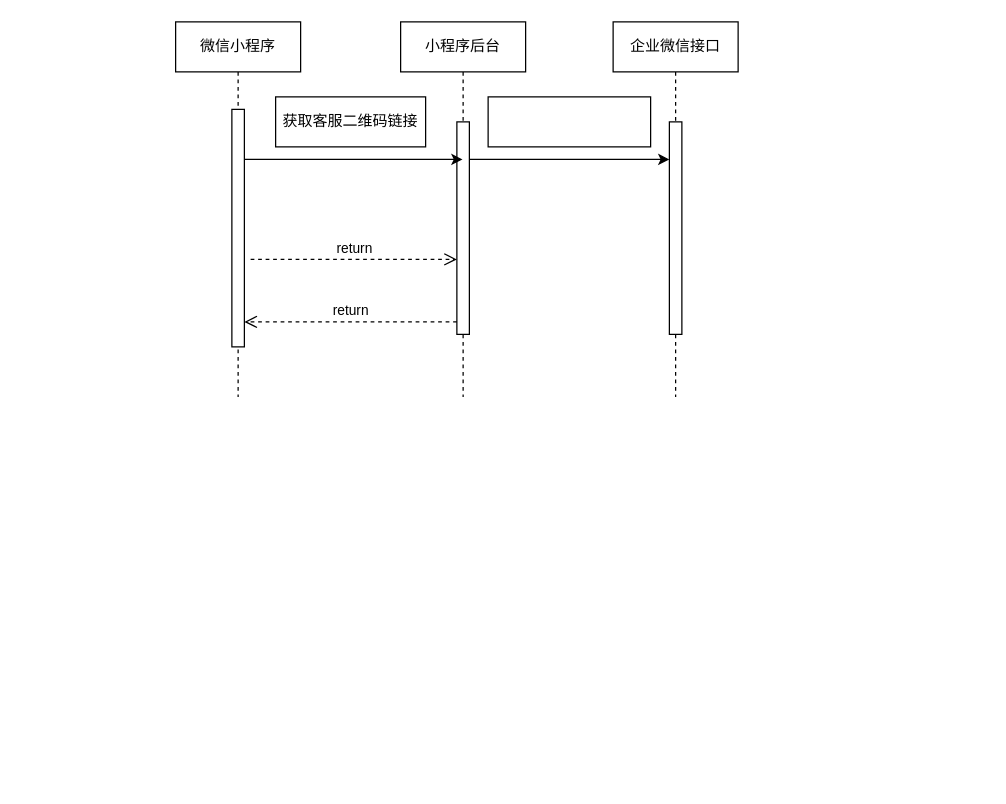
Above: 未命名绘图.drawio in wangxh08121314/diagrams (draw.io), before the change. Source tidied: cells renumbered, new cells numbered last; positions are measured from the earlier drawing's top-left corner, leaving out a move shared by most shapes. Both pictures are drawn from the tidied source at 125%, with x=0, y=0 at pixel (175, 21).
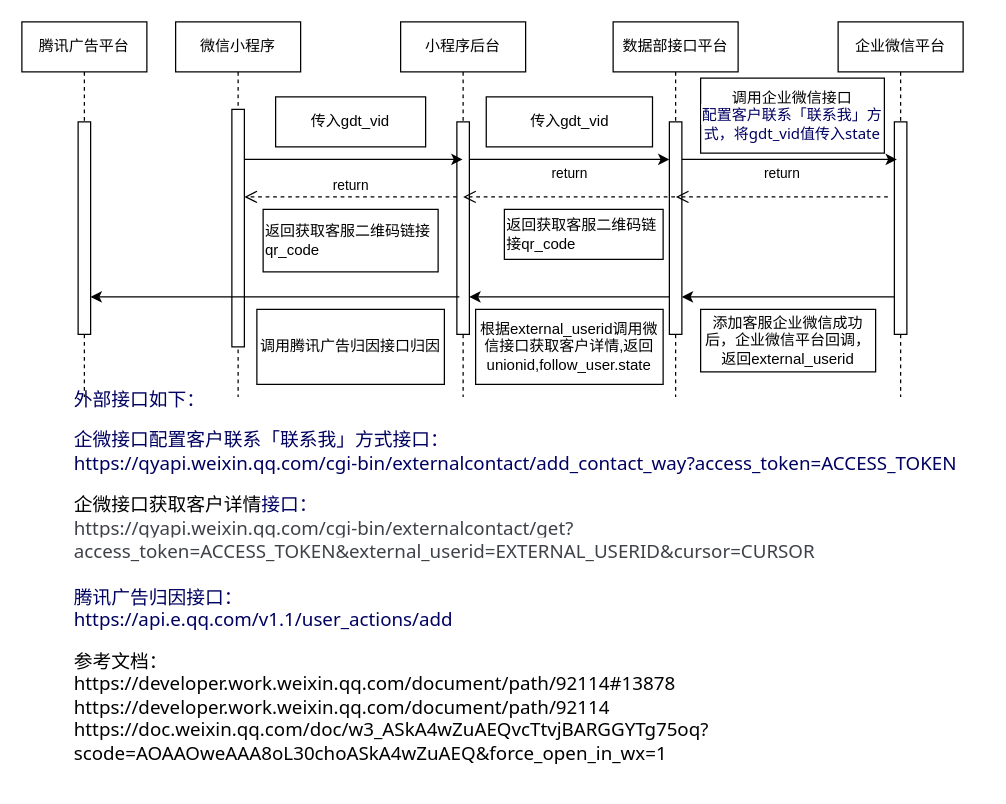
After the change.

The change refers to these unchanged cells:
```xml
<mxCell id="3" style="html=1;points=[];perimeter=orthogonalPerimeter;outlineConnect=0;targetShapes=umlLifeline;portConstraint=eastwest;newEdgeStyle={&quot;edgeStyle&quot;:&quot;elbowEdgeStyle&quot;,&quot;elbow&quot;:&quot;vertical&quot;,&quot;curved&quot;:0,&quot;rounded&quot;:0};" parent="2" vertex="1">
  <mxGeometry x="45" y="70" width="10" height="190" as="geometry" />
</mxCell>
<mxCell id="5" style="html=1;points=[];perimeter=orthogonalPerimeter;outlineConnect=0;targetShapes=umlLifeline;portConstraint=eastwest;newEdgeStyle={&quot;edgeStyle&quot;:&quot;elbowEdgeStyle&quot;,&quot;elbow&quot;:&quot;vertical&quot;,&quot;curved&quot;:0,&quot;rounded&quot;:0};" parent="4" vertex="1">
  <mxGeometry x="45" y="80" width="10" height="170" as="geometry" />
</mxCell>
<mxCell id="9" style="html=1;points=[];perimeter=orthogonalPerimeter;outlineConnect=0;targetShapes=umlLifeline;portConstraint=eastwest;newEdgeStyle={&quot;edgeStyle&quot;:&quot;elbowEdgeStyle&quot;,&quot;elbow&quot;:&quot;vertical&quot;,&quot;curved&quot;:0,&quot;rounded&quot;:0};" parent="8" vertex="1">
  <mxGeometry x="45" y="80" width="10" height="170" as="geometry" />
</mxCell>
```

The edit, as a diff of the source:
```diff
@@
     <mxCell id="6" value="return" style="html=1;verticalAlign=bottom;endArrow=open;dashed=1;endSize=8;edgeStyle=elbowEdgeStyle;elbow=vertical;curved=0;rounded=0;" parent="1" edge="1" source="5" target="3">
       <mxGeometry relative="1" as="geometry">
         <Array as="points">
-          <mxPoint x="150" y="240" />
+          <mxPoint x="160" y="140" />
         </Array>
       </mxGeometry>
     </mxCell>
-    <mxCell id="7" value="return" style="html=1;verticalAlign=bottom;endArrow=open;dashed=1;endSize=8;edgeStyle=elbowEdgeStyle;elbow=vertical;curved=0;rounded=0;" parent="1" edge="1" target="5">
-      <mxGeometry relative="1" as="geometry">
-        <mxPoint x="60" y="190" as="sourcePoint" />
-        <Array as="points">
-          <mxPoint x="140" y="190" />
-        </Array>
-      </mxGeometry>
-    </mxCell>
-    <mxCell id="8" value="企业微信接口" style="shape=umlLifeline;perimeter=lifelinePerimeter;whiteSpace=wrap;html=1;outlineConnect=0;portConstraint=eastwest;newEdgeStyle={&quot;edgeStyle&quot;:&quot;elbowEdgeStyle&quot;,&quot;elbow&quot;:&quot;vertical&quot;,&quot;curved&quot;:0,&quot;rounded&quot;:0};" parent="1" vertex="1">
+    <mxCell id="8" value="数据部接口平台" style="shape=umlLifeline;perimeter=lifelinePerimeter;whiteSpace=wrap;html=1;outlineConnect=0;portConstraint=eastwest;newEdgeStyle={&quot;edgeStyle&quot;:&quot;elbowEdgeStyle&quot;,&quot;elbow&quot;:&quot;vertical&quot;,&quot;curved&quot;:0,&quot;rounded&quot;:0};" parent="1" vertex="1">
       <mxGeometry x="350" width="100" height="300" as="geometry" />
     </mxCell>
@@
-    <mxCell id="10" value="获取客服二维码链接" style="rounded=0;whiteSpace=wrap;html=1;" parent="1" vertex="1">
+    <mxCell id="10" value="传入gdt_vid" style="rounded=0;whiteSpace=wrap;html=1;" parent="1" vertex="1">
       <mxGeometry x="80" y="60" width="120" height="40" as="geometry" />
     </mxCell>
@@
-    <mxCell id="13" style="rounded=0;whiteSpace=wrap;html=1;" parent="1" vertex="1">
-      <mxGeometry x="250" y="60" width="130" height="40" as="geometry" />
+    <mxCell id="13" value="传入gdt_vid" style="rounded=0;whiteSpace=wrap;html=1;" parent="1" vertex="1">
+      <mxGeometry x="248.5" y="60" width="133" height="40" as="geometry" />
     </mxCell>
+    <mxCell id="14" value="&lt;span style=&quot;background-color: rgb(255, 255, 255);&quot;&gt;&lt;font face=&quot;system-ui, -apple-system, Segoe UI, Roboto, Ubuntu, Cantarell, Noto Sans, sans-serif, BlinkMacSystemFont, Helvetica, PingFang SC, SCHeiti, Microsoft YaHei, sans-serif, Apple Color Emoji, Segoe UI Emoji, Segoe UI Symbol, Noto Color Emoji&quot;&gt;&lt;font color=&quot;rgba(14, 19, 26, 0.8)&quot;&gt;&lt;span style=&quot;font-size: 15px;&quot;&gt;外部接口如下：&lt;/span&gt;&lt;/font&gt;&lt;br&gt;&lt;br&gt;&lt;font color=&quot;rgba(14, 19, 26, 0.8)&quot;&gt;&lt;span style=&quot;font-size: 15px;&quot;&gt;企微接口&lt;/span&gt;&lt;/font&gt;&lt;font color=&quot;#000060&quot;&gt;&lt;span style=&quot;font-size: 15px;&quot;&gt;配置客户联系「联系我」方式&lt;/span&gt;&lt;/font&gt;&lt;font color=&quot;rgba(14, 19, 26, 0.8)&quot;&gt;&lt;span style=&quot;font-size: 15px;&quot;&gt;接口：&lt;/span&gt;&lt;/font&gt;&lt;br&gt;&lt;font color=&quot;#000060&quot;&gt;&lt;span style=&quot;font-size: 15px;&quot;&gt;https://qyapi.weixin.qq.com/cgi-bin/externalcontact/add_contact_way?access_token=ACCESS_TOKEN&lt;/span&gt;&lt;/font&gt;&lt;br&gt;&lt;br&gt;&lt;/font&gt;&lt;/span&gt;&lt;span style=&quot;font-size: 15px; text-align: center;&quot;&gt;企微接口获取客户详情&lt;/span&gt;&lt;span style=&quot;font-size: 15px; background-color: rgb(255, 255, 255);&quot;&gt;&lt;font face=&quot;system-ui, -apple-system, Segoe UI, Roboto, Ubuntu, Cantarell, Noto Sans, sans-serif, BlinkMacSystemFont, Helvetica, PingFang SC, SCHeiti, Microsoft YaHei, sans-serif, Apple Color Emoji, Segoe UI Emoji, Segoe UI Symbol, Noto Color Emoji&quot; color=&quot;rgba(14, 19, 26, 0.8)&quot;&gt;接口：&lt;br&gt;&lt;/font&gt;&lt;/span&gt;&lt;span style=&quot;font-size: 15px; color: rgba(14, 19, 26, 0.8); font-family: system-ui, -apple-system, &amp;quot;Segoe UI&amp;quot;, Roboto, Ubuntu, Cantarell, &amp;quot;Noto Sans&amp;quot;, sans-serif, BlinkMacSystemFont, Helvetica, &amp;quot;PingFang SC&amp;quot;, SCHeiti, &amp;quot;Microsoft YaHei&amp;quot;, sans-serif, &amp;quot;Apple Color Emoji&amp;quot;, &amp;quot;Segoe UI Emoji&amp;quot;, &amp;quot;Segoe UI Symbol&amp;quot;, &amp;quot;Noto Color Emoji&amp;quot;; background-color: rgb(255, 255, 255);&quot;&gt;https://qyapi.weixin.qq.com/cgi-bin/externalcontact/get?access_token=ACCESS_TOKEN&amp;amp;external_userid=EXTERNAL_USERID&amp;amp;cursor=CURSOR&lt;br&gt;&lt;br&gt;&lt;/span&gt;&lt;span style=&quot;background-color: rgb(255, 255, 255);&quot;&gt;&lt;font style=&quot;&quot; face=&quot;system-ui, -apple-system, Segoe UI, Roboto, Ubuntu, Cantarell, Noto Sans, sans-serif, BlinkMacSystemFont, Helvetica, PingFang SC, SCHeiti, Microsoft YaHei, sans-serif, Apple Color Emoji, Segoe UI Emoji, Segoe UI Symbol, Noto Color Emoji&quot;&gt;&lt;font style=&quot;font-size: 15px;&quot; color=&quot;rgba(14, 19, 26, 0.8)&quot;&gt;&lt;span style=&quot;font-size: 15px;&quot;&gt;腾讯广告归因接口：&lt;/span&gt;&lt;/font&gt;&lt;br&gt;&lt;font style=&quot;font-size: 15px;&quot; color=&quot;#000060&quot;&gt;&lt;span style=&quot;font-size: 15px;&quot;&gt;https://api.e.qq.com/v1.1/user_actions/add&lt;br&gt;&lt;/span&gt;&lt;/font&gt;&lt;br&gt;&lt;span style=&quot;font-size: 15px;&quot;&gt;参考文档：&lt;/span&gt;&lt;br&gt;&lt;span style=&quot;font-size: 15px;&quot;&gt;https://developer.work.weixin.qq.com/document/path/92114#13878&lt;/span&gt;&lt;br&gt;&lt;span style=&quot;font-size: 15px;&quot;&gt;https://developer.work.weixin.qq.com/document/path/92114&lt;/span&gt;&lt;br&gt;&lt;span style=&quot;font-size: 15px;&quot;&gt;https://doc.weixin.qq.com/doc/w3_ASkA4wZuAEQvcTtvjBARGGYTg75oq?scode=AOAAOweAAA8oL30choASkA4wZuAEQ&amp;amp;force_open_in_wx=1&lt;/span&gt;&lt;br&gt;&lt;br&gt;&lt;/font&gt;&lt;/span&gt;" style="rounded=0;whiteSpace=wrap;html=1;align=left;labelBorderColor=none;strokeColor=none;" parent="1" vertex="1">
+      <mxGeometry x="-83" y="310" width="730" height="280" as="geometry" />
+    </mxCell>
+    <mxCell id="15" value="return" style="html=1;verticalAlign=bottom;endArrow=open;dashed=1;endSize=8;edgeStyle=elbowEdgeStyle;elbow=vertical;curved=0;rounded=0;" parent="1" edge="1" source="8">
+      <mxGeometry y="-10" relative="1" as="geometry">
+        <mxPoint x="230" y="140" as="targetPoint" />
+        <Array as="points">
+          <mxPoint x="270" y="140" />
+        </Array>
+      </mxGeometry>
+    </mxCell>
+    <mxCell id="16" value="返回获取客服二维码链接qr_code" style="rounded=0;whiteSpace=wrap;html=1;labelBorderColor=none;align=left;" parent="1" vertex="1">
+      <mxGeometry x="263" y="150" width="127" height="40" as="geometry" />
+    </mxCell>
+    <mxCell id="17" value="返回获取客服二维码链接&lt;br&gt;qr_code" style="rounded=0;whiteSpace=wrap;html=1;labelBorderColor=none;labelPosition=center;verticalLabelPosition=middle;align=left;verticalAlign=middle;" parent="1" vertex="1">
+      <mxGeometry x="70" y="150" width="140" height="50" as="geometry" />
+    </mxCell>
+    <mxCell id="18" style="endArrow=classic;html=1;rounded=0;" parent="1" edge="1" target="21">
+      <mxGeometry relative="1" as="geometry">
+        <mxPoint x="227" y="220" as="sourcePoint" />
+      </mxGeometry>
+    </mxCell>
+    <mxCell id="19" value="添加客服企业微信成功后，企业微信平台回调，返回external_userid" style="rounded=0;whiteSpace=wrap;html=1;labelBorderColor=none;" parent="1" vertex="1">
+      <mxGeometry x="420" y="230" width="140" height="50" as="geometry" />
+    </mxCell>
+    <mxCell id="20" value="腾讯广告平台" style="shape=umlLifeline;perimeter=lifelinePerimeter;whiteSpace=wrap;html=1;newEdgeStyle={&quot;edgeStyle&quot;:&quot;elbowEdgeStyle&quot;,&quot;elbow&quot;:&quot;vertical&quot;,&quot;curved&quot;:0,&quot;rounded&quot;:0};" parent="1" vertex="1">
+      <mxGeometry x="-123" width="100" height="300" as="geometry" />
+    </mxCell>
+    <mxCell id="21" style="html=1;points=[];perimeter=orthogonalPerimeter;outlineConnect=0;targetShapes=umlLifeline;portConstraint=eastwest;newEdgeStyle={&quot;edgeStyle&quot;:&quot;elbowEdgeStyle&quot;,&quot;elbow&quot;:&quot;vertical&quot;,&quot;curved&quot;:0,&quot;rounded&quot;:0};" parent="20" vertex="1">
+      <mxGeometry x="45" y="80" width="10" height="170" as="geometry" />
+    </mxCell>
+    <mxCell id="22" value="&lt;font style=&quot;font-size: 12px;&quot;&gt;调用企业微信接口&lt;br&gt;&lt;span style=&quot;color: rgb(0, 0, 96); font-family: system-ui, -apple-system, &amp;quot;Segoe UI&amp;quot;, Roboto, Ubuntu, Cantarell, &amp;quot;Noto Sans&amp;quot;, sans-serif, BlinkMacSystemFont, Helvetica, &amp;quot;PingFang SC&amp;quot;, SCHeiti, &amp;quot;Microsoft YaHei&amp;quot;, sans-serif, &amp;quot;Apple Color Emoji&amp;quot;, &amp;quot;Segoe UI Emoji&amp;quot;, &amp;quot;Segoe UI Symbol&amp;quot;, &amp;quot;Noto Color Emoji&amp;quot;; text-align: left; background-color: rgb(255, 255, 255);&quot;&gt;配置客户联系「联系我」方式，将&lt;/span&gt;&lt;/font&gt;&lt;font face=&quot;system-ui, -apple-system, Segoe UI, Roboto, Ubuntu, Cantarell, Noto Sans, sans-serif, BlinkMacSystemFont, Helvetica, PingFang SC, SCHeiti, Microsoft YaHei, sans-serif, Apple Color Emoji, Segoe UI Emoji, Segoe UI Symbol, Noto Color Emoji&quot; color=&quot;#000060&quot;&gt;gdt_vid值传入state&lt;/font&gt;" style="rounded=0;whiteSpace=wrap;html=1;" parent="1" vertex="1">
+      <mxGeometry x="420" y="45" width="147" height="60" as="geometry" />
+    </mxCell>
+    <mxCell id="23" style="endArrow=classic;html=1;rounded=0;" parent="1" edge="1" source="27">
+      <mxGeometry relative="1" as="geometry">
+        <mxPoint x="405" y="220" as="targetPoint" />
+        <Array as="points">
+          <mxPoint x="500" y="220" />
+          <mxPoint x="460" y="220" />
+        </Array>
+      </mxGeometry>
+    </mxCell>
+    <mxCell id="24" value="return" style="html=1;verticalAlign=bottom;endArrow=open;dashed=1;endSize=8;edgeStyle=elbowEdgeStyle;elbow=vertical;curved=0;rounded=0;" parent="1" edge="1">
+      <mxGeometry y="-10" relative="1" as="geometry">
+        <mxPoint x="569.8" y="140" as="sourcePoint" />
+        <mxPoint x="400.2" y="140" as="targetPoint" />
+        <Array as="points">
+          <mxPoint x="440.2" y="140" />
+        </Array>
+      </mxGeometry>
+    </mxCell>
+    <mxCell id="25" value="根据external_userid调用微信接口获取客户详情,返回unionid,follow_user.state" style="rounded=0;whiteSpace=wrap;html=1;labelBorderColor=none;" parent="1" vertex="1">
+      <mxGeometry x="240" y="230" width="150" height="60" as="geometry" />
+    </mxCell>
+    <mxCell id="26" value="企业微信平台" style="shape=umlLifeline;perimeter=lifelinePerimeter;whiteSpace=wrap;html=1;newEdgeStyle={&quot;edgeStyle&quot;:&quot;elbowEdgeStyle&quot;,&quot;elbow&quot;:&quot;vertical&quot;,&quot;curved&quot;:0,&quot;rounded&quot;:0};" parent="1" vertex="1">
+      <mxGeometry x="530" width="100" height="300" as="geometry" />
+    </mxCell>
+    <mxCell id="27" style="html=1;points=[];perimeter=orthogonalPerimeter;outlineConnect=0;targetShapes=umlLifeline;portConstraint=eastwest;newEdgeStyle={&quot;edgeStyle&quot;:&quot;elbowEdgeStyle&quot;,&quot;elbow&quot;:&quot;vertical&quot;,&quot;curved&quot;:0,&quot;rounded&quot;:0};" parent="26" vertex="1">
+      <mxGeometry x="45" y="80" width="10" height="170" as="geometry" />
+    </mxCell>
+    <mxCell id="28" style="endArrow=classic;html=1;rounded=0;" parent="1" edge="1" source="9" target="5">
+      <mxGeometry relative="1" as="geometry">
+        <Array as="points">
+          <mxPoint x="307" y="220" />
+        </Array>
+      </mxGeometry>
+    </mxCell>
+    <mxCell id="29" style="endArrow=classic;html=1;rounded=0;" parent="1" edge="1">
+      <mxGeometry relative="1" as="geometry">
+        <mxPoint x="405" y="110" as="sourcePoint" />
+        <mxPoint x="577" y="110" as="targetPoint" />
+        <Array as="points">
+          <mxPoint x="577" y="110" />
+        </Array>
+      </mxGeometry>
+    </mxCell>
+    <mxCell id="30" value="调用腾讯广告归因接口归因" style="rounded=0;whiteSpace=wrap;html=1;labelBorderColor=none;" parent="1" vertex="1">
+      <mxGeometry x="65" y="230" width="150" height="60" as="geometry" />
+    </mxCell>
```
